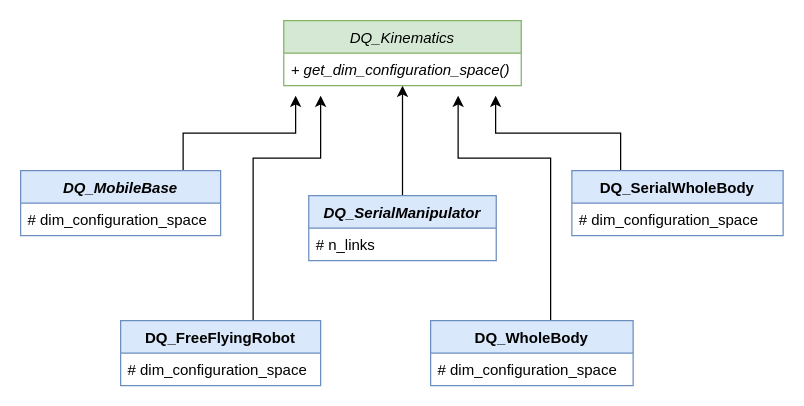
Above: page "Page-1" (1 of 2) of Untitled Diagram.drawio in juanjqo/draw_io_diagrams_test (draw.io), before the change. Source tidied: cells renumbered, new cells numbered last; positions are measured from the earlier drawing's top-left corner, leaving out a move shared by most shapes. Both pictures are drawn from the tidied source at 125%, with x=0, y=0 at pixel (20, 20).
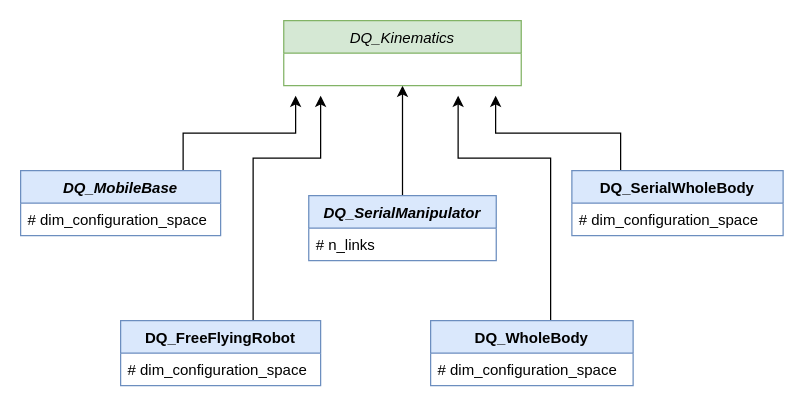
Above is the later version.

The change refers to these unchanged cells:
```xml
<mxCell id="5" value="DQ_Kinematics" style="swimlane;fontStyle=2;horizontal=1;startSize=26;fillColor=#d5e8d4;strokeColor=#82b366;swimlaneFillColor=none;" parent="1" vertex="1">
  <mxGeometry x="210.5" width="190" height="52" as="geometry" />
</mxCell>
```

The edit, as a diff of the source:
```diff
@@
-    <mxCell id="6" value="+ get_dim_configuration_space()" style="text;strokeColor=none;fillColor=none;align=left;verticalAlign=top;spacingLeft=4;spacingRight=4;overflow=hidden;fontStyle=2;" parent="5" vertex="1">
-      <mxGeometry y="26" width="190" height="26" as="geometry" />
-    </mxCell>
```
